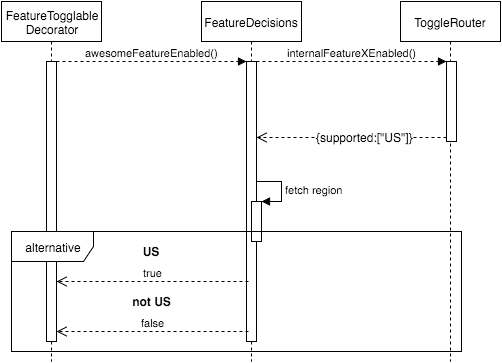
This is Diagrams/Feature Toggle Sequence Region Check.png from ktustanowski/feature-toggle-proof-of-concept, a draw.io export, as it was before one commit. Source tidied: cells renumbered, new cells last; positions are measured from the earlier drawing's top-left corner, leaving out a move shared by most shapes. Its diagram source:
```xml
<mxGraphModel background="#ffffff">
  <root>
    <mxCell id="0" />
    <mxCell id="1" parent="0" />
    <mxCell id="2" value="FeatureTogglable&lt;div&gt;Decorator&lt;/div&gt;" style="shape=umlLifeline;perimeter=lifelinePerimeter;whiteSpace=wrap;html=1;" parent="1" vertex="1">
      <mxGeometry width="100" height="360" as="geometry" />
    </mxCell>
    <mxCell id="3" style="html=1;perimeter=orthogonalPerimeter;" parent="2" vertex="1">
      <mxGeometry x="45" y="60" width="10" height="280" as="geometry" />
    </mxCell>
    <mxCell id="4" style="html=1;perimeter=orthogonalPerimeter;" parent="1" vertex="1">
      <mxGeometry x="45" y="60" width="10" height="280" as="geometry" />
    </mxCell>
    <mxCell id="5" value="FeatureDecisions" style="shape=umlLifeline;perimeter=lifelinePerimeter;whiteSpace=wrap;html=1;" parent="1" vertex="1">
      <mxGeometry x="200" width="100" height="360" as="geometry" />
    </mxCell>
    <mxCell id="6" style="html=1;perimeter=orthogonalPerimeter;" parent="5" vertex="1">
      <mxGeometry x="45" y="60" width="10" height="280" as="geometry" />
    </mxCell>
    <mxCell id="7" value="&lt;span&gt;awesomeFeatureEnabled()&lt;/span&gt;" style="html=1;verticalAlign=bottom;endArrow=block;entryX=0;entryY=0;dashed=1;strokeColor=#000000;exitX=1.5;exitY=0;exitPerimeter=0;" parent="5" edge="1" target="10">
      <mxGeometry x="-145" y="60" as="geometry">
        <mxPoint x="-145" y="60" as="sourcePoint" />
      </mxGeometry>
    </mxCell>
    <mxCell id="8" style="html=1;perimeter=orthogonalPerimeter;" parent="5" vertex="1">
      <mxGeometry x="50" y="200" width="10" height="40" as="geometry" />
    </mxCell>
    <mxCell id="9" value="fetch region" style="edgeStyle=orthogonalEdgeStyle;html=1;align=left;spacingLeft=2;endArrow=block;rounded=0;entryX=1;entryY=0;strokeColor=#000000;" parent="5" edge="1" target="12">
      <mxGeometry relative="1" as="geometry">
        <mxPoint x="55" y="180" as="sourcePoint" />
        <Array as="points">
          <mxPoint x="80" y="180" />
        </Array>
      </mxGeometry>
    </mxCell>
    <mxCell id="10" style="html=1;points=[];perimeter=orthogonalPerimeter;" parent="1" vertex="1">
      <mxGeometry x="245" y="60" width="10" height="280" as="geometry" />
    </mxCell>
    <mxCell id="11" value="&lt;span&gt;awesomeFeatureEnabled()&lt;/span&gt;" style="html=1;verticalAlign=bottom;endArrow=block;entryX=0;entryY=0;dashed=1;strokeColor=#000000;exitX=1.5;exitY=0;exitPerimeter=0;" parent="1" edge="1" target="10">
      <mxGeometry x="-145" y="60" as="geometry">
        <mxPoint x="55" y="60" as="sourcePoint" />
      </mxGeometry>
    </mxCell>
    <mxCell id="12" style="html=1;points=[];perimeter=orthogonalPerimeter;" parent="1" vertex="1">
      <mxGeometry x="250" y="200" width="10" height="40" as="geometry" />
    </mxCell>
    <mxCell id="13" value="fetch region" style="edgeStyle=orthogonalEdgeStyle;html=1;align=left;spacingLeft=2;endArrow=block;rounded=0;entryX=1;entryY=0;strokeColor=#000000;" parent="1" edge="1" target="12">
      <mxGeometry x="425" y="1390" as="geometry">
        <mxPoint x="255" y="180" as="sourcePoint" />
        <Array as="points">
          <mxPoint x="280" y="180" />
        </Array>
      </mxGeometry>
    </mxCell>
    <mxCell id="14" value="ToggleRouter" style="shape=umlLifeline;perimeter=lifelinePerimeter;whiteSpace=wrap;html=1;" parent="1" vertex="1">
      <mxGeometry x="399" width="100" height="360" as="geometry" />
    </mxCell>
    <mxCell id="15" style="html=1;perimeter=orthogonalPerimeter;" parent="14" vertex="1">
      <mxGeometry x="46" y="60" width="10" height="80" as="geometry" />
    </mxCell>
    <mxCell id="16" style="html=1;points=[];perimeter=orthogonalPerimeter;" parent="1" vertex="1">
      <mxGeometry x="445" y="60" width="10" height="80" as="geometry" />
    </mxCell>
    <mxCell id="17" value="internalFeatureXEnabled()" style="html=1;verticalAlign=bottom;endArrow=block;entryX=0;entryY=0;dashed=1;strokeColor=#000000;" parent="1" edge="1" source="10" target="16">
      <mxGeometry x="420" y="1270" as="geometry" />
    </mxCell>
    <mxCell id="18" style="html=1;verticalAlign=bottom;endArrow=open;dashed=1;endSize=8;exitX=0;exitY=0.95;strokeColor=#000000;" parent="1" edge="1" source="16" target="10">
      <mxGeometry x="420" y="1346" as="geometry" />
    </mxCell>
    <mxCell id="19" value="{supported:[&quot;US&quot;]}" style="text;html=1;align=center;verticalAlign=middle;labelBackgroundColor=#ffffff;" parent="18" vertex="1">
      <mxGeometry relative="1" as="geometry">
        <mxPoint x="13" y="-1" as="offset" />
      </mxGeometry>
    </mxCell>
    <mxCell id="20" value="{supported:[&quot;US&quot;]}" style="text;html=1;align=center;verticalAlign=middle;labelBackgroundColor=#ffffff;" parent="1" vertex="1">
      <mxGeometry x="363" y="135" as="geometry">
        <mxPoint x="13" y="-1" as="offset" />
      </mxGeometry>
    </mxCell>
    <mxCell id="21" value="alternative" style="shape=umlFrame;whiteSpace=wrap;html=1;width=82;height=30;" parent="1" vertex="1">
      <mxGeometry x="10" y="230" width="450" height="120" as="geometry" />
    </mxCell>
    <mxCell id="22" value="US" style="text;html=1;strokeColor=none;fillColor=none;align=center;verticalAlign=middle;whiteSpace=wrap;overflow=hidden;fontStyle=1;" parent="1" vertex="1">
      <mxGeometry x="61" y="240" width="175" height="20" as="geometry" />
    </mxCell>
    <mxCell id="23" value="not US" style="text;html=1;strokeColor=none;fillColor=none;align=center;verticalAlign=middle;whiteSpace=wrap;overflow=hidden;fontStyle=1;" parent="1" vertex="1">
      <mxGeometry x="55" y="290" width="190" height="20" as="geometry" />
    </mxCell>
    <mxCell id="24" value="false" style="html=1;verticalAlign=bottom;endArrow=open;dashed=1;endSize=8;strokeColor=#000000;exitX=0.2;exitY=0.609;exitPerimeter=0;" parent="1" edge="1">
      <mxGeometry x="225" y="1540" as="geometry">
        <mxPoint x="247" y="330" as="sourcePoint" />
        <mxPoint x="55" y="330" as="targetPoint" />
      </mxGeometry>
    </mxCell>
    <mxCell id="25" value="true" style="html=1;verticalAlign=bottom;endArrow=open;dashed=1;endSize=8;strokeColor=#000000;exitX=0.2;exitY=0.609;exitPerimeter=0;" parent="1" edge="1">
      <mxGeometry x="225" y="1490" as="geometry">
        <mxPoint x="247" y="280" as="sourcePoint" />
        <mxPoint x="55" y="280" as="targetPoint" />
      </mxGeometry>
    </mxCell>
  </root>
</mxGraphModel>
```
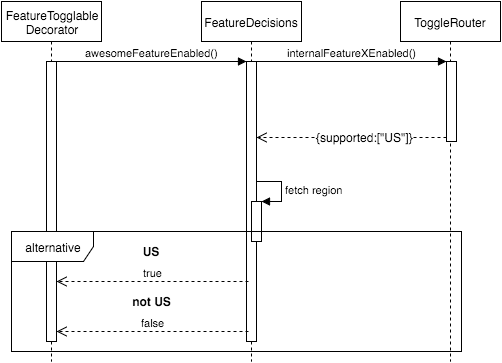
Later version of the same file.

Diff of the diagram source:
```diff
@@ -17,7 +17,7 @@
     <mxCell id="6" style="html=1;perimeter=orthogonalPerimeter;" parent="5" vertex="1">
       <mxGeometry x="45" y="60" width="10" height="280" as="geometry" />
     </mxCell>
-    <mxCell id="7" value="&lt;span&gt;awesomeFeatureEnabled()&lt;/span&gt;" style="html=1;verticalAlign=bottom;endArrow=block;entryX=0;entryY=0;dashed=1;strokeColor=#000000;exitX=1.5;exitY=0;exitPerimeter=0;" parent="5" edge="1" target="10">
+    <mxCell id="7" value="&lt;span&gt;awesomeFeatureEnabled()&lt;/span&gt;" style="html=1;verticalAlign=bottom;endArrow=block;entryX=0;entryY=0;strokeColor=#000000;exitX=1.5;exitY=0;exitPerimeter=0;" parent="5" edge="1" target="10">
       <mxGeometry x="-145" y="60" as="geometry">
         <mxPoint x="-145" y="60" as="sourcePoint" />
       </mxGeometry>
@@ -36,7 +36,7 @@
     <mxCell id="10" style="html=1;points=[];perimeter=orthogonalPerimeter;" parent="1" vertex="1">
       <mxGeometry x="245" y="60" width="10" height="280" as="geometry" />
     </mxCell>
-    <mxCell id="11" value="&lt;span&gt;awesomeFeatureEnabled()&lt;/span&gt;" style="html=1;verticalAlign=bottom;endArrow=block;entryX=0;entryY=0;dashed=1;strokeColor=#000000;exitX=1.5;exitY=0;exitPerimeter=0;" parent="1" edge="1" target="10">
+    <mxCell id="11" value="&lt;span&gt;awesomeFeatureEnabled()&lt;/span&gt;" style="html=1;verticalAlign=bottom;endArrow=block;entryX=0;entryY=0;strokeColor=#000000;exitX=1.5;exitY=0;exitPerimeter=0;" parent="1" edge="1" target="10">
       <mxGeometry x="-145" y="60" as="geometry">
         <mxPoint x="55" y="60" as="sourcePoint" />
       </mxGeometry>
@@ -61,7 +61,7 @@
     <mxCell id="16" style="html=1;points=[];perimeter=orthogonalPerimeter;" parent="1" vertex="1">
       <mxGeometry x="445" y="60" width="10" height="80" as="geometry" />
     </mxCell>
-    <mxCell id="17" value="internalFeatureXEnabled()" style="html=1;verticalAlign=bottom;endArrow=block;entryX=0;entryY=0;dashed=1;strokeColor=#000000;" parent="1" edge="1" source="10" target="16">
+    <mxCell id="17" value="internalFeatureXEnabled()" style="html=1;verticalAlign=bottom;endArrow=block;entryX=0;entryY=0;strokeColor=#000000;" parent="1" edge="1" source="10" target="16">
       <mxGeometry x="420" y="1270" as="geometry" />
     </mxCell>
     <mxCell id="18" style="html=1;verticalAlign=bottom;endArrow=open;dashed=1;endSize=8;exitX=0;exitY=0.95;strokeColor=#000000;" parent="1" edge="1" source="16" target="10">
```
